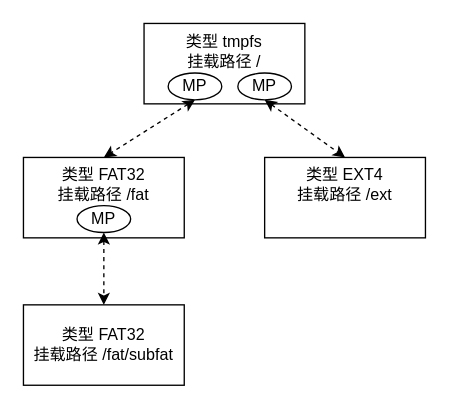
The draw.io diagram vfs/fuchsia_mount.drawio in ReimuYk/drawio_master_graduate_paper, before the edit. Source tidied: cells renumbered, new cells numbered last; positions are measured from the earlier drawing's top-left corner, leaving out a move shared by most shapes. Both pictures are drawn from the tidied source at 134%, with x=0, y=0 at pixel (23, 23).
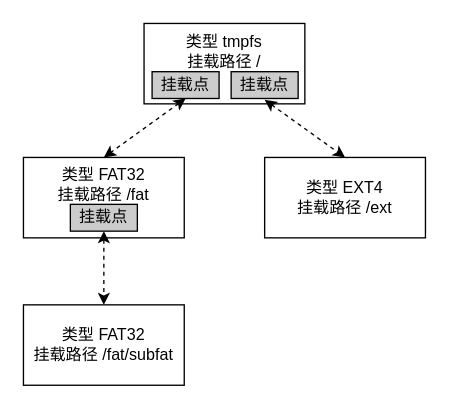
After the change.

The edit, as a diff of the source:
```diff
@@
 <mxGraphModel>
   <root>
     <mxCell id="0" />
     <mxCell id="1" parent="0" />
     <mxCell id="2" style="rounded=0;whiteSpace=wrap;html=1;" parent="1" vertex="1">
       <mxGeometry y="100" width="120" height="60" as="geometry" />
     </mxCell>
     <mxCell id="3" value="类型 FAT32&lt;br&gt;挂载路径 /fat" style="text;html=1;strokeColor=none;fillColor=none;align=center;verticalAlign=middle;whiteSpace=wrap;rounded=0;" parent="1" vertex="1">
       <mxGeometry y="90" width="120" height="60" as="geometry" />
     </mxCell>
     <mxCell id="4" style="rounded=0;whiteSpace=wrap;html=1;" parent="1" vertex="1">
       <mxGeometry x="90" width="120" height="60" as="geometry" />
     </mxCell>
     <mxCell id="5" style="rounded=0;whiteSpace=wrap;html=1;" parent="1" vertex="1">
       <mxGeometry x="180" y="100" width="120" height="60" as="geometry" />
     </mxCell>
     <mxCell id="6" value="类型 tmpfs&lt;br&gt;挂载路径 /" style="text;html=1;strokeColor=none;fillColor=none;align=center;verticalAlign=middle;whiteSpace=wrap;rounded=0;" parent="1" vertex="1">
       <mxGeometry x="120" y="6" width="60" height="30" as="geometry" />
     </mxCell>
     <mxCell id="7" value="类型 EXT4&lt;br&gt;挂载路径 /ext" style="text;html=1;strokeColor=none;fillColor=none;align=center;verticalAlign=middle;whiteSpace=wrap;rounded=0;" parent="1" vertex="1">
-      <mxGeometry x="195" y="105" width="90" height="30" as="geometry" />
+      <mxGeometry x="195" y="115" width="90" height="30" as="geometry" />
     </mxCell>
     <mxCell id="8" style="rounded=0;whiteSpace=wrap;html=1;" parent="1" vertex="1">
       <mxGeometry y="210" width="120" height="60" as="geometry" />
     </mxCell>
     <mxCell id="9" value="类型 FAT32&lt;br&gt;挂载路径 /fat/subfat" style="text;html=1;strokeColor=none;fillColor=none;align=center;verticalAlign=middle;whiteSpace=wrap;rounded=0;" parent="1" vertex="1">
       <mxGeometry y="210" width="120" height="60" as="geometry" />
     </mxCell>
-    <mxCell id="10" style="rounded=0;jettySize=auto;html=1;exitX=0.5;exitY=1;exitDx=0;exitDy=0;entryX=0.5;entryY=0;entryDx=0;entryDy=0;startArrow=classic;startFill=1;dashed=1;" parent="1" edge="1" source="11" target="5">
-      <mxGeometry relative="1" as="geometry" />
+    <mxCell id="10" style="rounded=0;jettySize=auto;html=1;exitX=0.5;exitY=1;exitDx=0;exitDy=0;entryX=0.5;entryY=0;entryDx=0;entryDy=0;startArrow=classic;startFill=1;dashed=1;" parent="1" edge="1" target="5">
+      <mxGeometry relative="1" as="geometry">
+        <mxPoint x="180" y="57" as="sourcePoint" />
+      </mxGeometry>
     </mxCell>
-    <mxCell id="11" value="MP" style="ellipse;whiteSpace=wrap;html=1;" parent="1" vertex="1">
-      <mxGeometry x="160" y="37" width="40" height="20" as="geometry" />
-    </mxCell>
-    <mxCell id="12" style="rounded=0;jettySize=auto;html=1;exitX=0.5;exitY=1;exitDx=0;exitDy=0;entryX=0.5;entryY=0;entryDx=0;entryDy=0;startArrow=classic;startFill=1;dashed=1;" parent="1" edge="1" source="13" target="2">
-      <mxGeometry relative="1" as="geometry" />
-    </mxCell>
-    <mxCell id="13" value="MP" style="ellipse;whiteSpace=wrap;html=1;" parent="1" vertex="1">
-      <mxGeometry x="108" y="37" width="40" height="20" as="geometry" />
-    </mxCell>
-    <mxCell id="14" style="rounded=0;jettySize=auto;html=1;exitX=0.5;exitY=1;exitDx=0;exitDy=0;entryX=0.5;entryY=0;entryDx=0;entryDy=0;startArrow=classic;startFill=1;dashed=1;" parent="1" edge="1" source="15" target="8">
+    <mxCell id="14" style="rounded=0;jettySize=auto;html=1;exitX=0.5;exitY=1;exitDx=0;exitDy=0;entryX=0.5;entryY=0;entryDx=0;entryDy=0;startArrow=classic;startFill=1;dashed=1;" parent="1" edge="1" source="19" target="8">
       <mxGeometry relative="1" as="geometry" />
     </mxCell>
-    <mxCell id="15" value="MP" style="ellipse;whiteSpace=wrap;html=1;" parent="1" vertex="1">
-      <mxGeometry x="40" y="136" width="40" height="20" as="geometry" />
-    </mxCell>
+    <mxCell id="16" value="挂载点" style="rounded=0;whiteSpace=wrap;html=1;fillStyle=auto;strokeColor=#000000;fillColor=#CCCCCC;" parent="1" vertex="1">
+      <mxGeometry x="155" y="36" width="50" height="20" as="geometry" />
+    </mxCell>
+    <mxCell id="17" style="edgeStyle=none;rounded=0;jettySize=auto;html=1;exitX=0.5;exitY=1;exitDx=0;exitDy=0;entryX=0.5;entryY=0;entryDx=0;entryDy=0;dashed=1;startArrow=classic;startFill=1;" parent="1" edge="1" source="18" target="2">
+      <mxGeometry relative="1" as="geometry" />
+    </mxCell>
+    <mxCell id="18" value="挂载点" style="rounded=0;whiteSpace=wrap;html=1;fillStyle=auto;strokeColor=#000000;fillColor=#CCCCCC;" parent="1" vertex="1">
+      <mxGeometry x="96" y="36" width="50" height="20" as="geometry" />
+    </mxCell>
+    <mxCell id="19" value="挂载点" style="rounded=0;whiteSpace=wrap;html=1;fillStyle=auto;strokeColor=#000000;fillColor=#CCCCCC;" parent="1" vertex="1">
+      <mxGeometry x="35" y="135" width="50" height="20" as="geometry" />
+    </mxCell>
   </root>
 </mxGraphModel>
```
